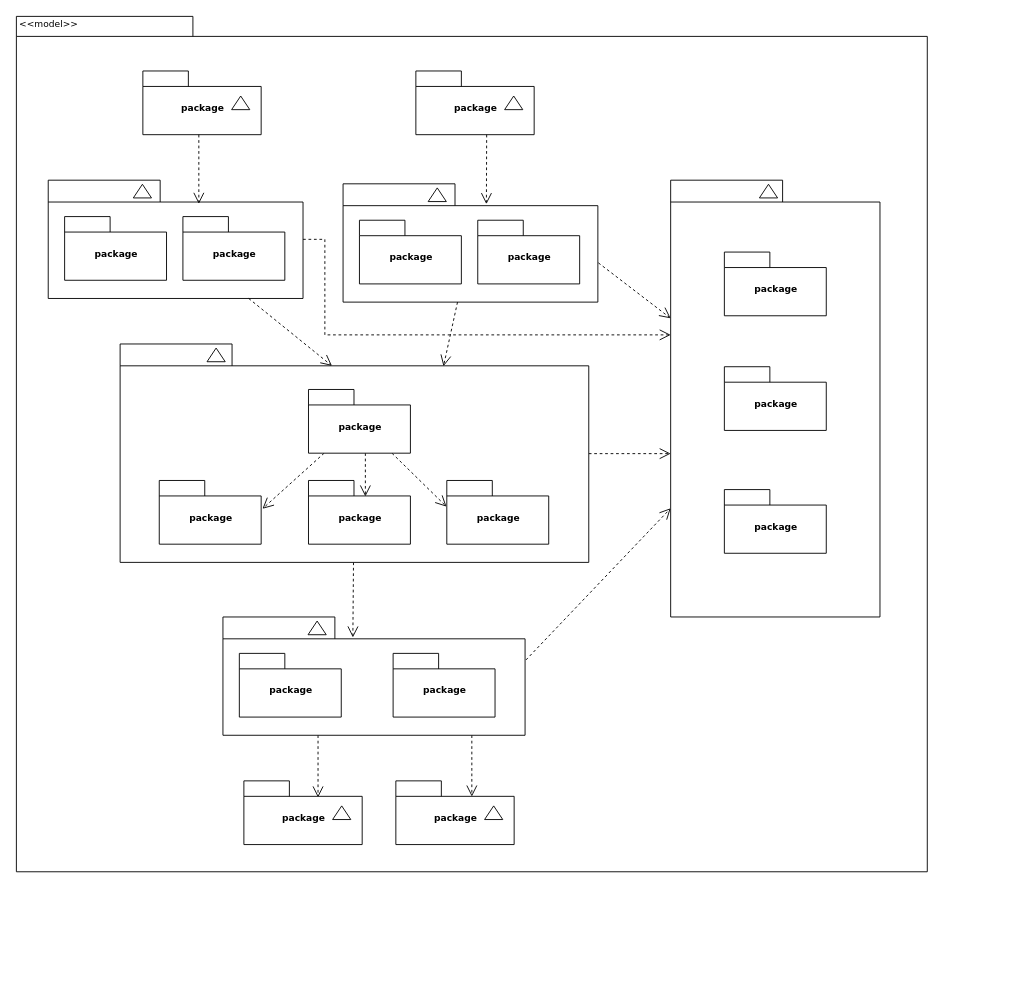
jalalisika/depotest keeps this draw.io diagram as Diagramme sans nom.drawio. Above is the earlier version. Source tidied: cells renumbered, new cells numbered last; positions are measured from the earlier drawing's top-left corner, leaving out a move shared by most shapes. Both pictures are drawn from the tidied source at 91%, with x=0, y=0 at pixel (15, 15).
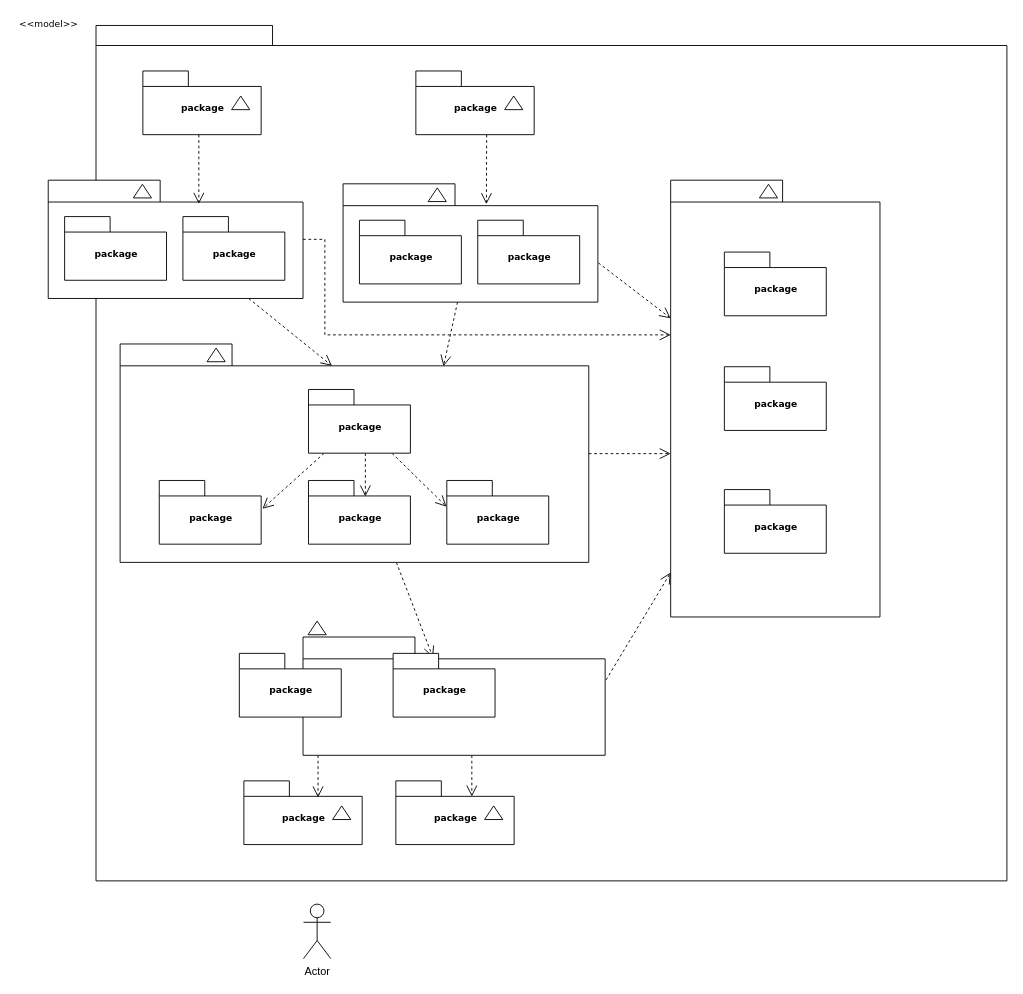
After the change.

Commit message:
Mettre à jour Diagramme sans nom.drawio

Diff of the diagram source:
```diff
@@
     <mxCell id="2" style="shape=folder;fontStyle=1;spacingTop=10;tabWidth=194;tabHeight=22;tabPosition=left;html=1;rounded=0;shadow=0;comic=0;labelBackgroundColor=none;strokeWidth=1;fillColor=none;fontFamily=Verdana;fontSize=10;align=center;" parent="1" vertex="1">
-      <mxGeometry x="0.5" y="0.5" width="1001" height="940" as="geometry" />
+      <mxGeometry x="88" y="10.5" width="1001" height="940" as="geometry" />
     </mxCell>
@@
     <mxCell id="39" style="shape=folder;fontStyle=1;spacingTop=10;tabWidth=123;tabHeight=24;tabPosition=left;html=1;rounded=0;shadow=0;comic=0;labelBackgroundColor=none;strokeWidth=1;fontFamily=Verdana;fontSize=10;align=center;" parent="1" vertex="1">
-      <mxGeometry x="227.5" y="660.5" width="332" height="130" as="geometry" />
+      <mxGeometry x="315.5" y="682.5" width="332" height="130" as="geometry" />
     </mxCell>
@@
+    <mxCell id="57" value="Actor" style="shape=umlActor;verticalLabelPosition=bottom;verticalAlign=top;html=1;" parent="1" vertex="1">
+      <mxGeometry x="316" y="976" width="30" height="60" as="geometry" />
+    </mxCell>
```
